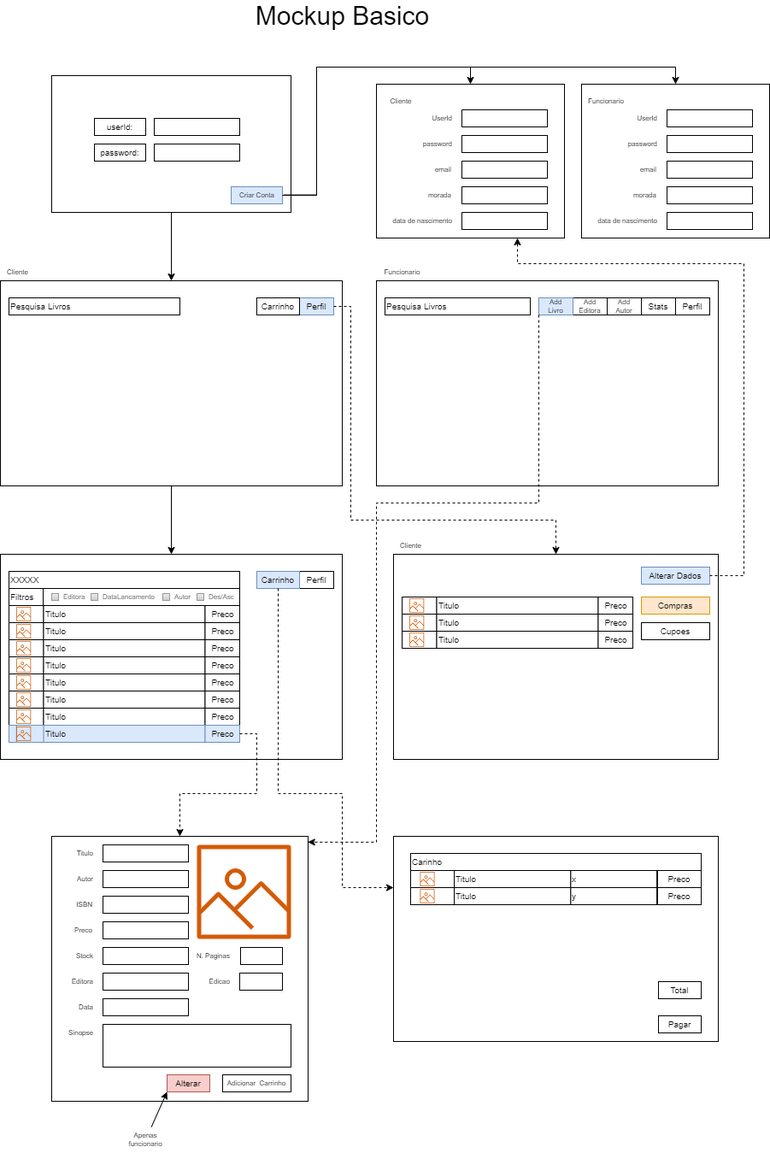
This is Sprints/Mockup.png from ricardogouvjava/Projecto-Livraria-Requalificar, a draw.io export, as it was before one commit. Source tidied: cells renumbered, new cells last; positions are measured from the earlier drawing's top-left corner, leaving out a move shared by most shapes.
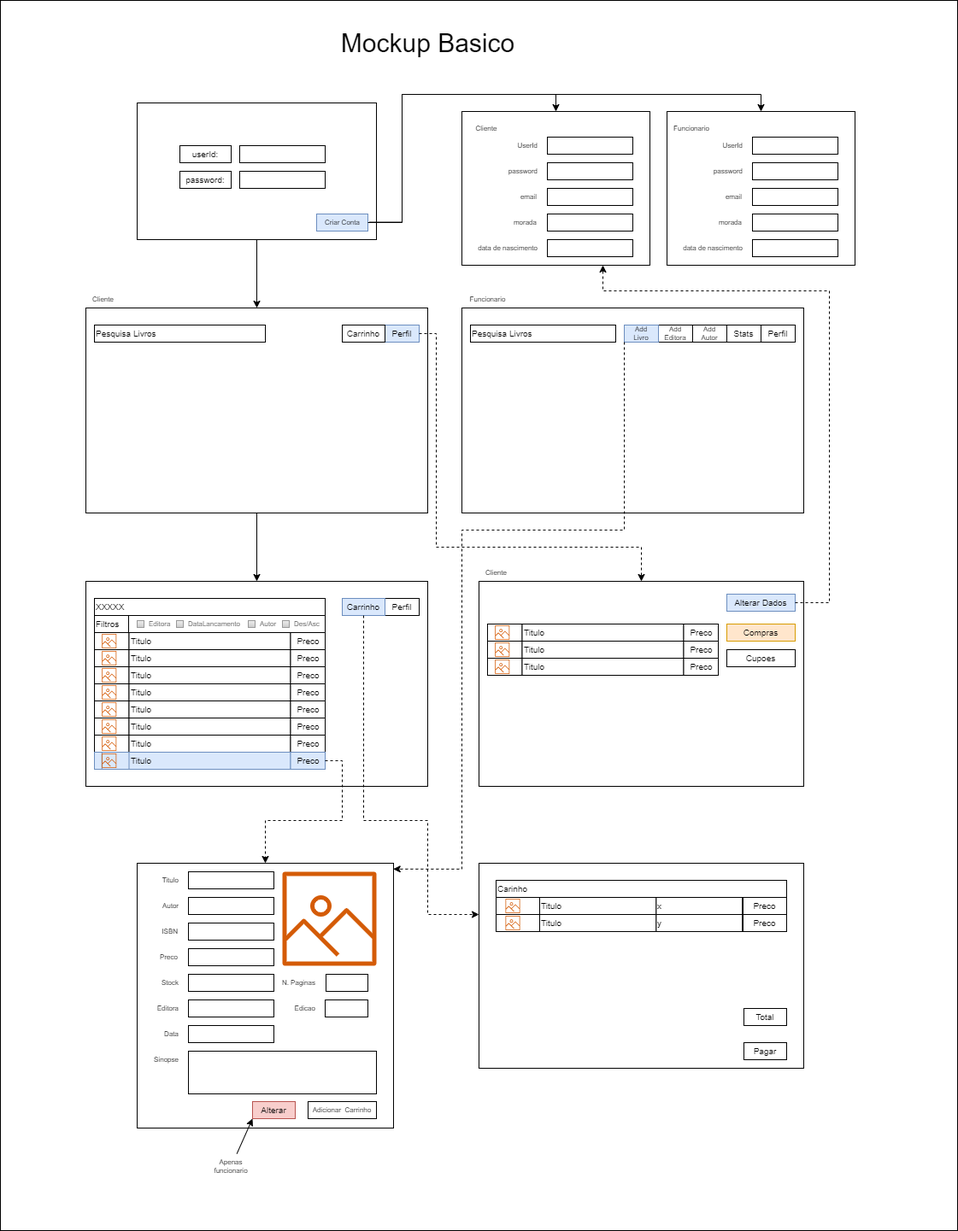
After the change.

Change to the diagram source:
```diff
@@ -617,5 +617,8 @@
     <mxCell id="192" value="&lt;font style=&quot;font-size: 30px&quot;&gt;Mockup Basico&lt;/font&gt;" style="text;html=1;align=center;verticalAlign=middle;strokeColor=none;fillColor=none;fontSize=9;" parent="1" vertex="1">
       <mxGeometry x="290" width="220" height="20" as="geometry" />
     </mxCell>
+    <mxCell id="193" style="rounded=0;whiteSpace=wrap;html=1;fillColor=none;" parent="1" vertex="1">
+      <mxGeometry x="-100" y="-40" width="1120" height="1440" as="geometry" />
+    </mxCell>
   </root>
 </mxGraphModel>
```
